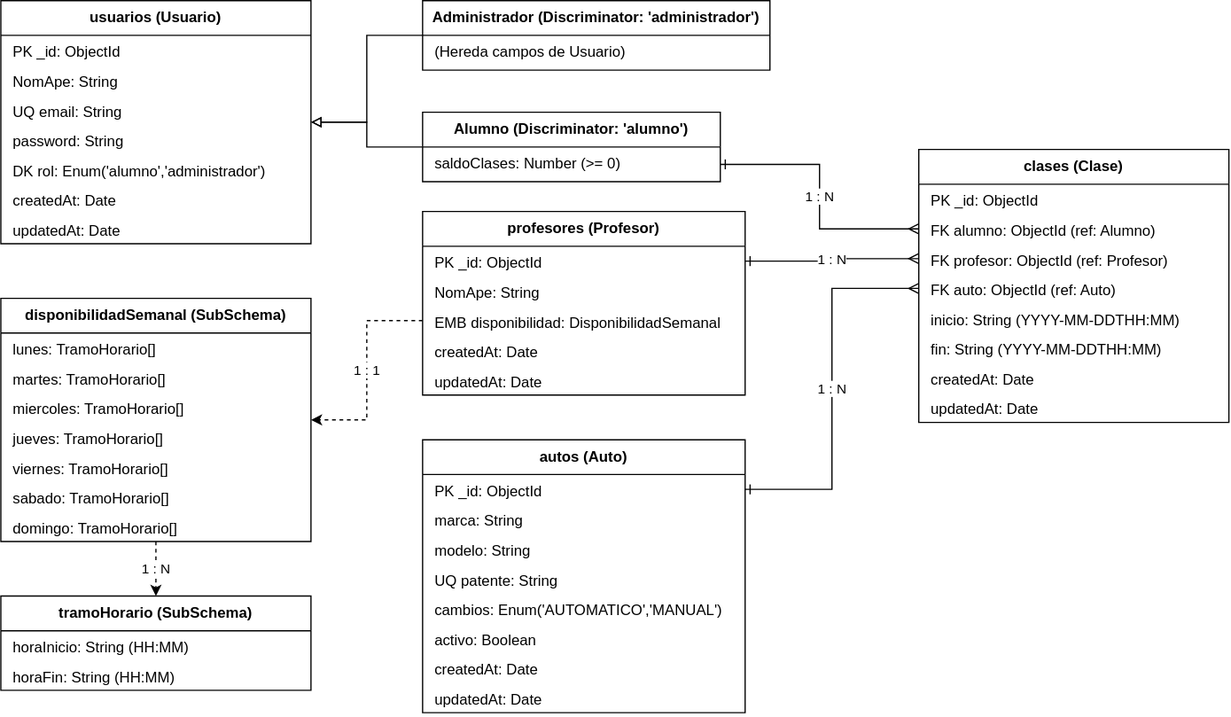
This is docs/Diagrama/DriveAndLearn-diagrama.drawio.svg from SM03594/INSPT-Prog3-DriveAndLearn-backend, a draw.io export, as it was before one commit. Source tidied: cells renumbered, new cells last; positions are measured from the earlier drawing's top-left corner, leaving out a move shared by most shapes.
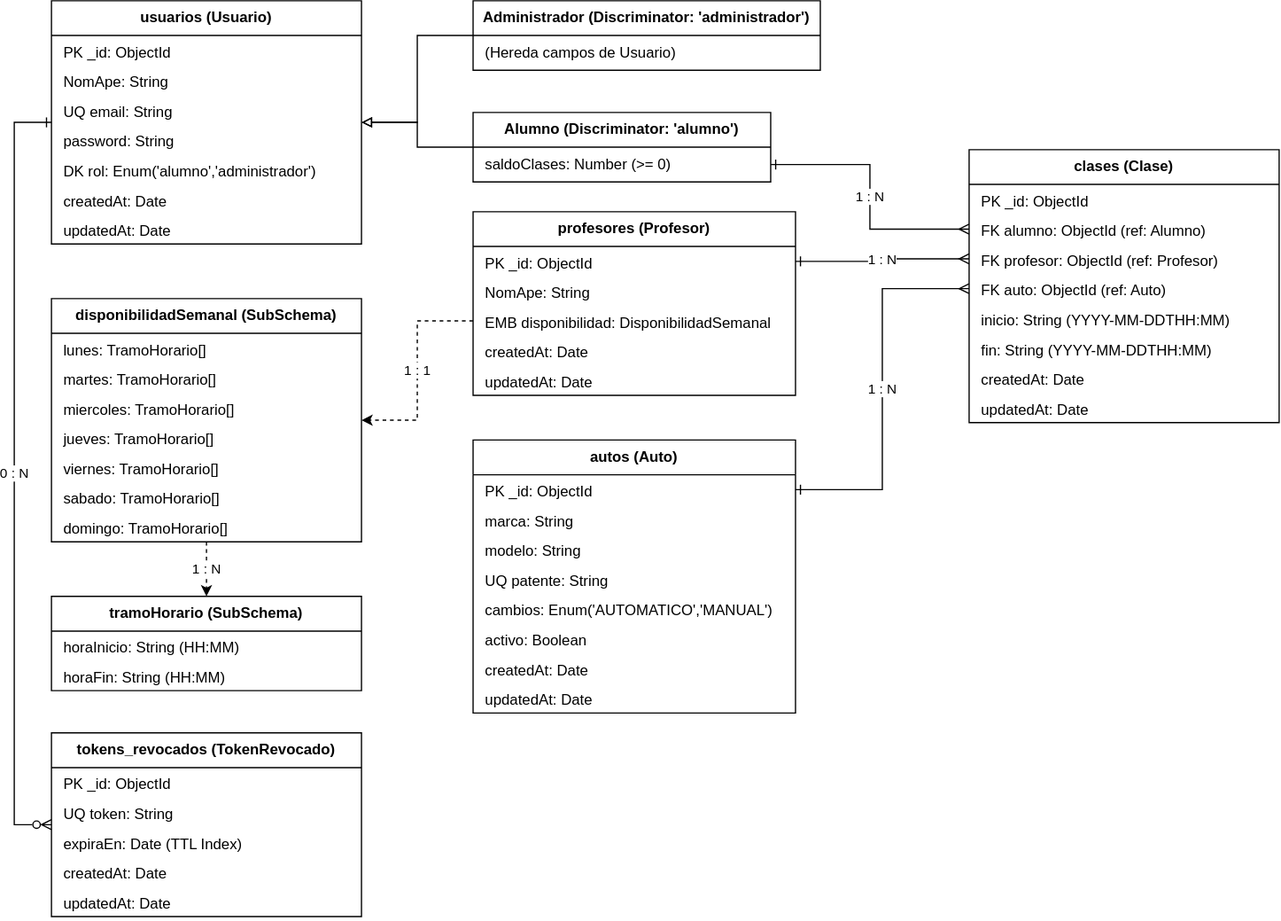
The same file after the commit.

The edit, as a diff of the source:
```diff
@@ -164,5 +164,31 @@
     <mxCell id="55" value="1 : N" style="edgeStyle=orthogonalEdgeStyle;rounded=0;jettySize=auto;html=1;dashed=1;strokeColor=#000000;" parent="1" edge="1" source="29" target="37">
       <mxGeometry relative="1" as="geometry" />
     </mxCell>
+    <mxCell id="56" value="tokens_revocados (TokenRevocado)" style="swimlane;fontStyle=1;align=center;verticalAlign=top;horizontal=1;startSize=28;fillColor=none;strokeColor=#000000;fontColor=#000000;" parent="1" vertex="1">
+      <mxGeometry y="590" width="250" height="148" as="geometry" />
+    </mxCell>
+    <mxCell id="57" value="PK  _id: ObjectId" style="text;strokeColor=none;fillColor=none;align=left;verticalAlign=top;spacingLeft=8;spacingRight=4;overflow=hidden;fontColor=#000000;" parent="56" vertex="1">
+      <mxGeometry y="28" width="250" height="24" as="geometry" />
+    </mxCell>
+    <mxCell id="58" value="UQ  token: String" style="text;strokeColor=none;fillColor=none;align=left;verticalAlign=top;spacingLeft=8;spacingRight=4;overflow=hidden;fontColor=#000000;" parent="56" vertex="1">
+      <mxGeometry y="52" width="250" height="24" as="geometry" />
+    </mxCell>
+    <mxCell id="59" value="    expiraEn: Date (TTL Index)" style="text;strokeColor=none;fillColor=none;align=left;verticalAlign=top;spacingLeft=8;spacingRight=4;overflow=hidden;fontColor=#000000;" parent="56" vertex="1">
+      <mxGeometry y="76" width="250" height="24" as="geometry" />
+    </mxCell>
+    <mxCell id="60" value="    createdAt: Date" style="text;strokeColor=none;fillColor=none;align=left;verticalAlign=top;spacingLeft=8;spacingRight=4;overflow=hidden;fontColor=#000000;" parent="56" vertex="1">
+      <mxGeometry y="100" width="250" height="24" as="geometry" />
+    </mxCell>
+    <mxCell id="61" value="    updatedAt: Date" style="text;strokeColor=none;fillColor=none;align=left;verticalAlign=top;spacingLeft=8;spacingRight=4;overflow=hidden;fontColor=#000000;" parent="56" vertex="1">
+      <mxGeometry y="124" width="250" height="24" as="geometry" />
+    </mxCell>
+    <mxCell id="62" value="0 : N" style="edgeStyle=orthogonalEdgeStyle;rounded=0;jettySize=auto;html=1;startArrow=ERone;startFill=0;endArrow=ERzeroToMany;endFill=0;strokeColor=#000000;exitX=0;exitY=0.5;exitDx=0;exitDy=0;entryX=0;entryY=0.5;entryDx=0;entryDy=0;" parent="1" edge="1" source="2" target="56">
+      <mxGeometry relative="1" as="geometry">
+        <Array as="points">
+          <mxPoint x="-30" y="98" />
+          <mxPoint x="-30" y="664" />
+        </Array>
+      </mxGeometry>
+    </mxCell>
   </root>
 </mxGraphModel>
```
